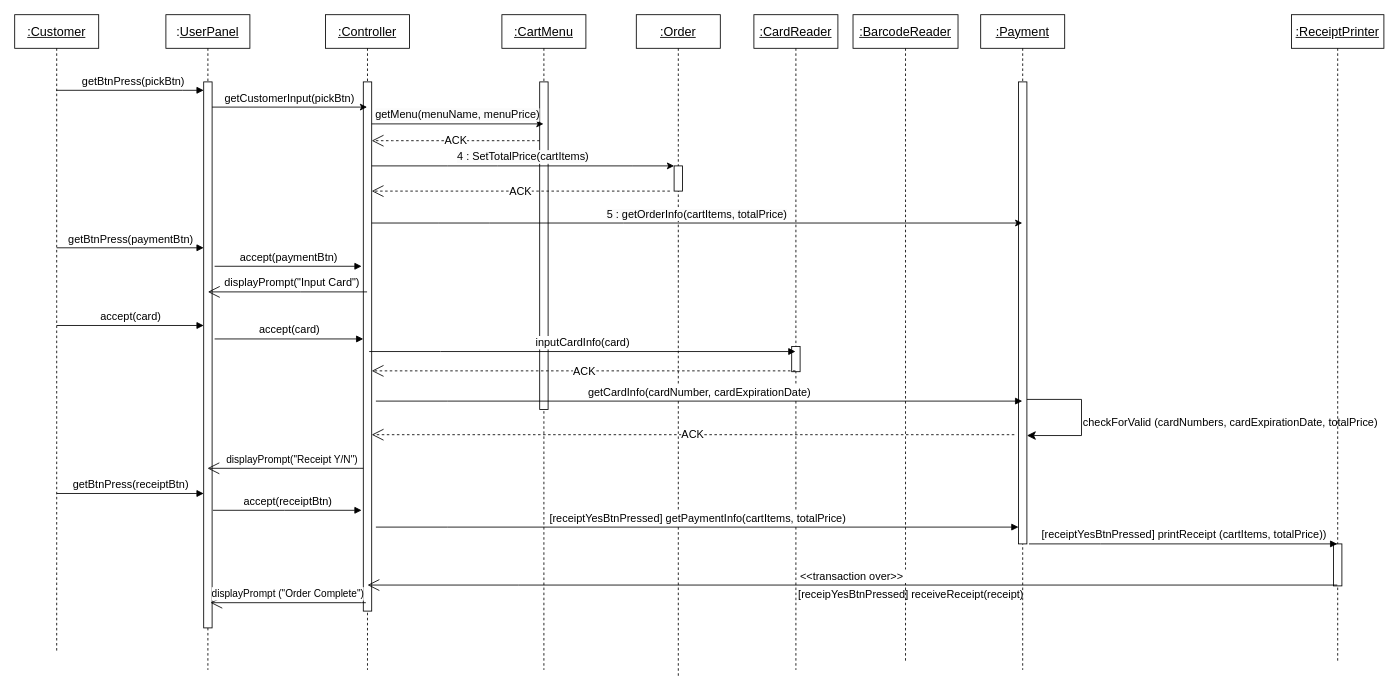
SSWU-light-2021/kiosk_UML keeps this draw.io diagram as 제목 없는 다이어그램.drawio. Above is the earlier version. Source tidied: cells renumbered, new cells numbered last; positions are measured from the earlier drawing's top-left corner, leaving out a move shared by most shapes. Both pictures are drawn from the tidied source at 84%, with x=0, y=0 at pixel (14, 14).
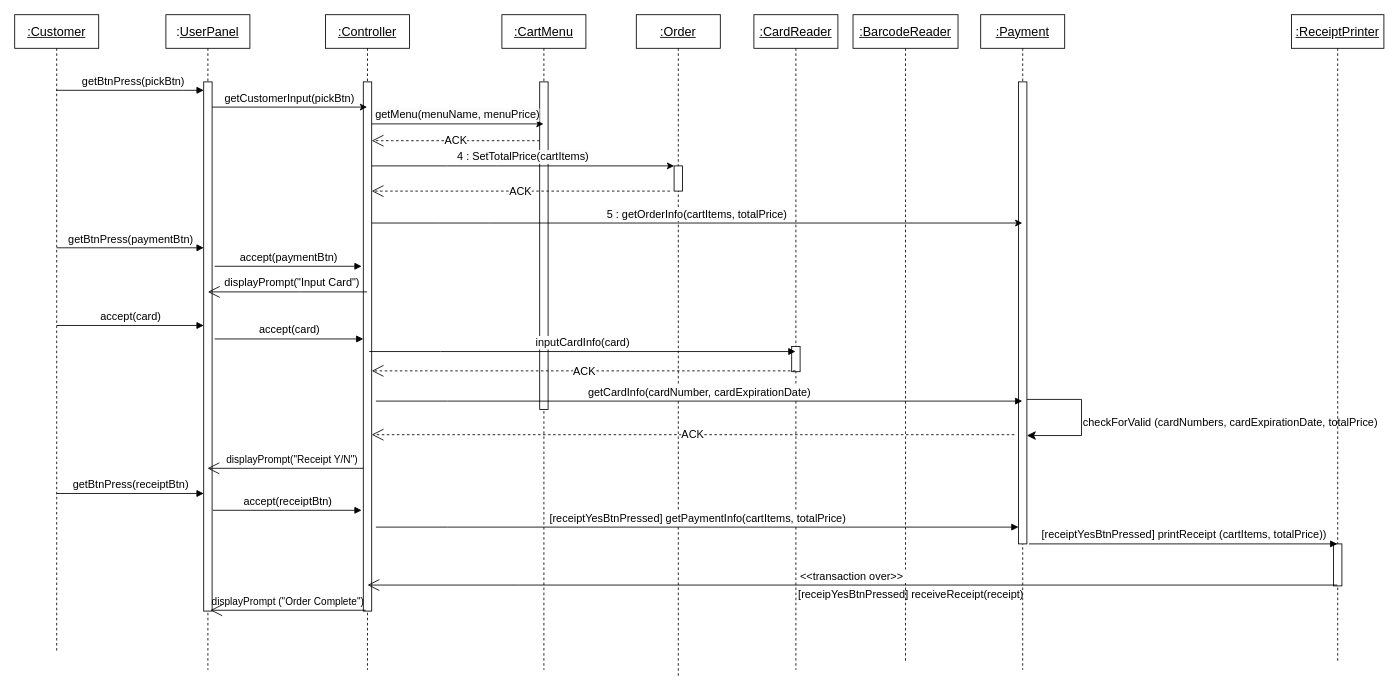
Above is the later version.

Commit message (it also covers changes not shown here):
제목 없는 다이어그램.drawio 업데이트

Unchanged cells that the change refers to:
```xml
<mxCell id="3" value=":&lt;u&gt;UserPanel&lt;/u&gt;" style="shape=umlLifeline;perimeter=lifelinePerimeter;whiteSpace=wrap;html=1;outlineConnect=0;portConstraint=eastwest;newEdgeStyle={&quot;edgeStyle&quot;:&quot;elbowEdgeStyle&quot;,&quot;elbow&quot;:&quot;vertical&quot;,&quot;curved&quot;:0,&quot;rounded&quot;:0};fontSize=15;" parent="1" vertex="1">
  <mxGeometry x="180" width="100" height="780" as="geometry" />
</mxCell>
```

The edit, as a diff of the source:
```diff
@@
     <mxCell id="4" style="html=1;points=[];perimeter=orthogonalPerimeter;outlineConnect=0;targetShapes=umlLifeline;portConstraint=eastwest;newEdgeStyle={&quot;edgeStyle&quot;:&quot;elbowEdgeStyle&quot;,&quot;elbow&quot;:&quot;vertical&quot;,&quot;curved&quot;:0,&quot;rounded&quot;:0};" parent="3" vertex="1">
-      <mxGeometry x="45" y="80" width="10" height="650" as="geometry" />
+      <mxGeometry x="45" y="80" width="10" height="630" as="geometry" />
     </mxCell>
@@
-    <mxCell id="43" value="&lt;font style=&quot;font-size: 12px;&quot;&gt;displayPrompt (&quot;Order Complete&quot;)&lt;/font&gt;" style="endArrow=open;endFill=1;endSize=12;html=1;rounded=0;labelPosition=center;verticalLabelPosition=top;align=center;verticalAlign=bottom;fontSize=13;" parent="1" edge="1">
+    <mxCell id="43" value="&lt;font style=&quot;font-size: 12px;&quot;&gt;displayPrompt (&quot;Order Complete&quot;)&lt;/font&gt;" style="endArrow=open;endFill=1;endSize=12;html=1;rounded=0;labelPosition=center;verticalLabelPosition=top;align=center;verticalAlign=bottom;fontSize=13;labelBackgroundColor=none;" parent="1" edge="1">
       <mxGeometry relative="1" as="geometry">
-        <mxPoint x="418" y="700" as="sourcePoint" />
-        <mxPoint x="233" y="700" as="targetPoint" />
+        <mxPoint x="418" y="709" as="sourcePoint" />
+        <mxPoint x="233" y="709" as="targetPoint" />
         <Array as="points">
-          <mxPoint x="413" y="700" />
+          <mxPoint x="413" y="709" />
         </Array>
       </mxGeometry>
     </mxCell>
```
